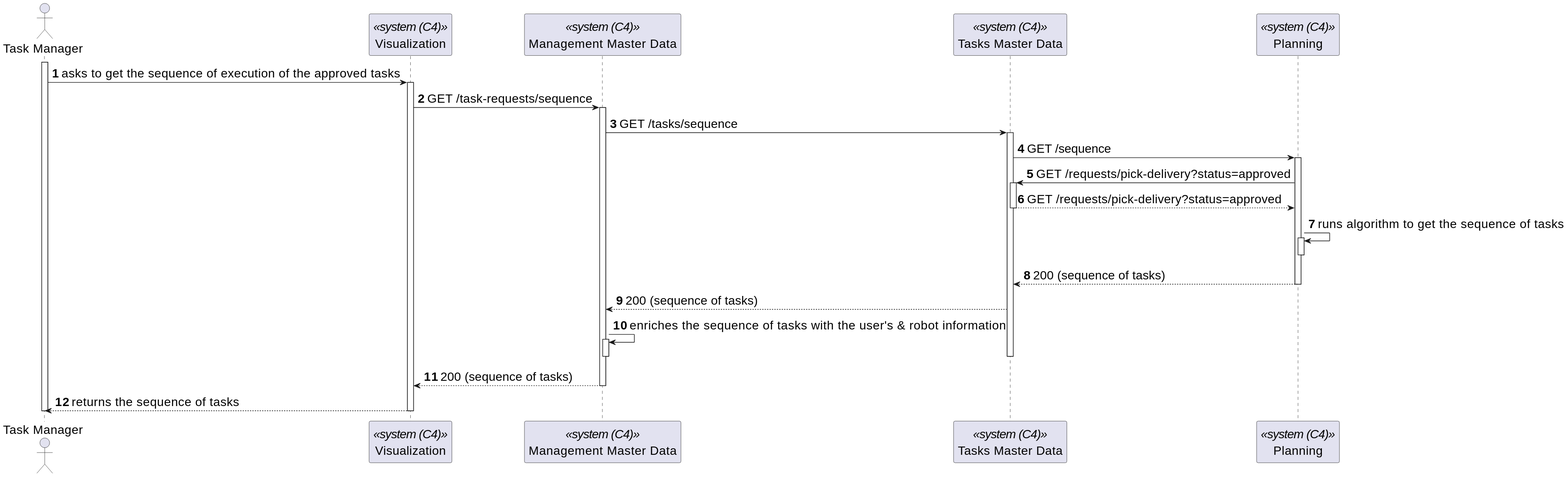
This is _wiki/sprint-c/us-500/views/level-2/assets/process-view.svg from miseEnPlace-dev/lapr5, a PlantUML export, as it was before one commit.
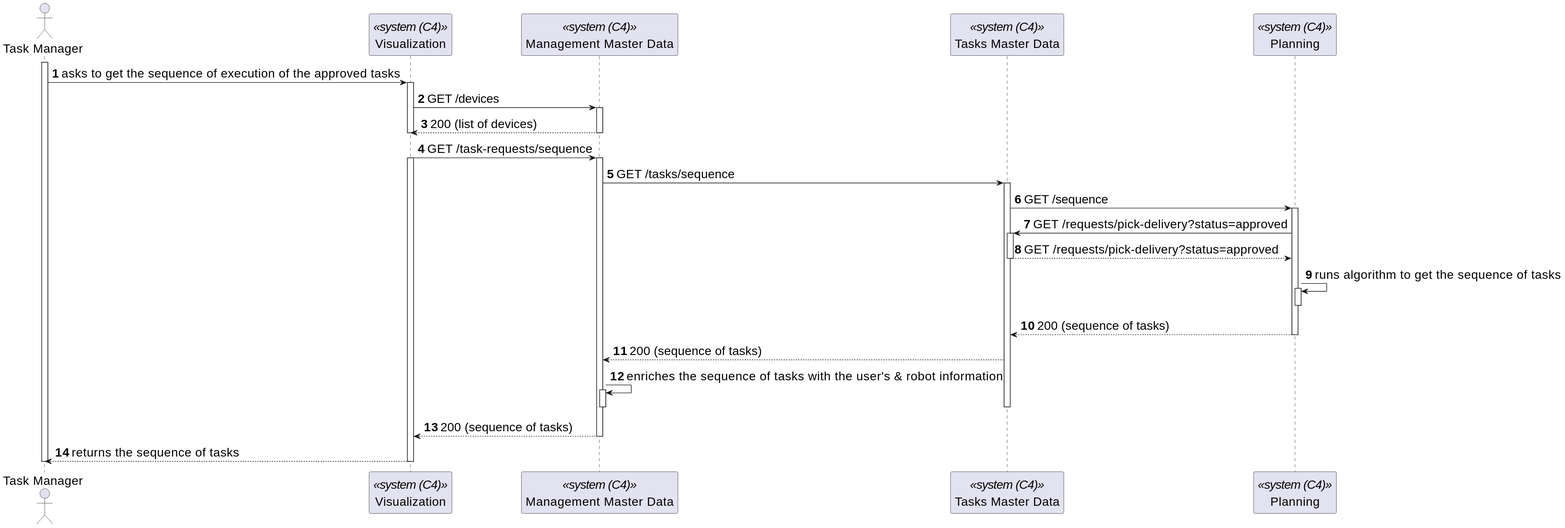
After the change.

Diff of the diagram source:
```diff
@@ -12,7 +12,14 @@
 TM -> UI : asks to get the sequence of execution of the approved tasks
 activate UI
 
+UI -> MMD : GET /devices
+activate MMD
+MMD --> UI : 200 (list of devices)
+deactivate MMD
+deactivate UI
+
 UI -> MMD : GET /task-requests/sequence
+activate UI
 activate MMD
 MMD -> TMD : GET /tasks/sequence
 activate TMD
```
